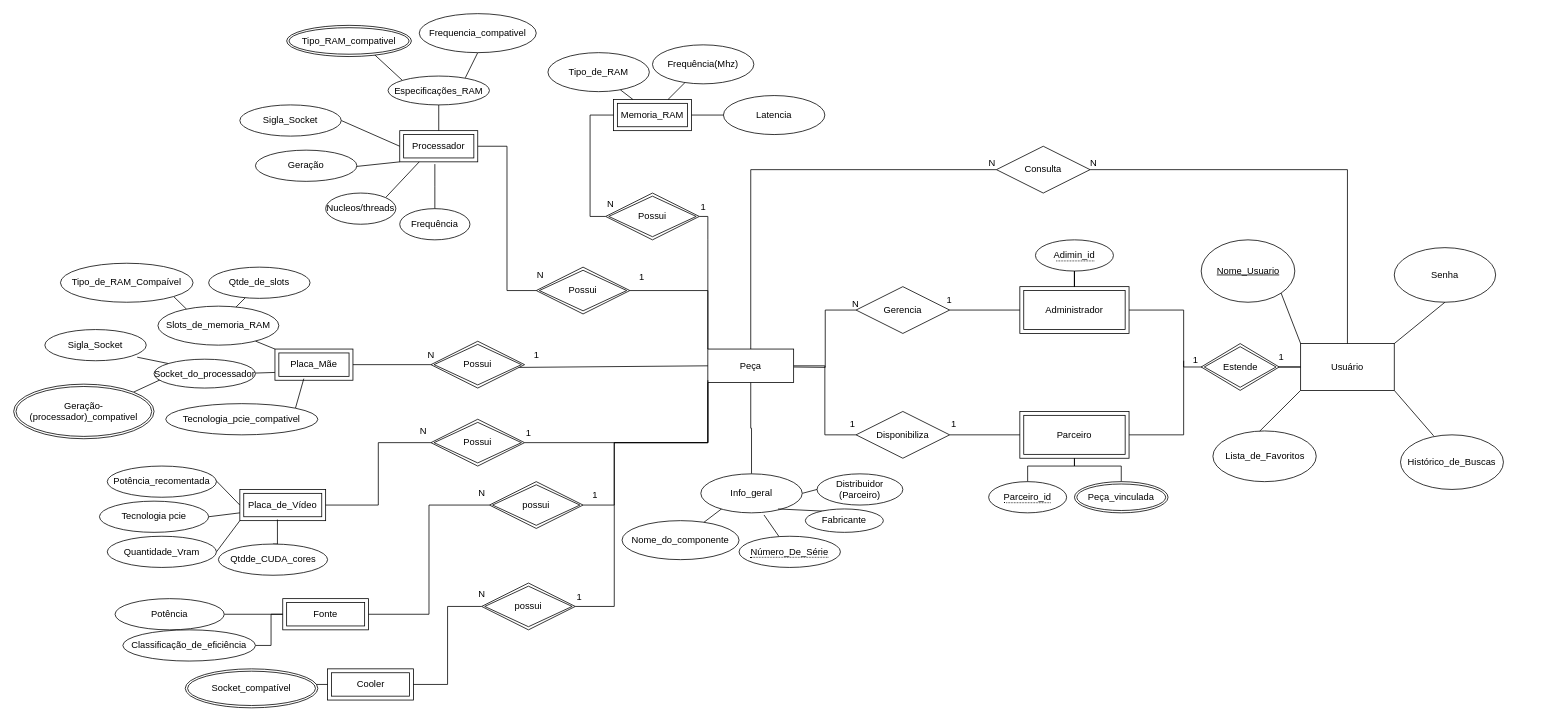
Before: Diagramas/DiagramaMER.drawio in Mateus-Fernandes-Barbosa/EngenhariaDeSoftware, a draw.io diagram. Source tidied: cells renumbered, new cells numbered last; positions are measured from the earlier drawing's top-left corner, leaving out a move shared by most shapes. Both pictures are drawn from the tidied source at 78%, with x=0, y=0 at pixel (13, 13).
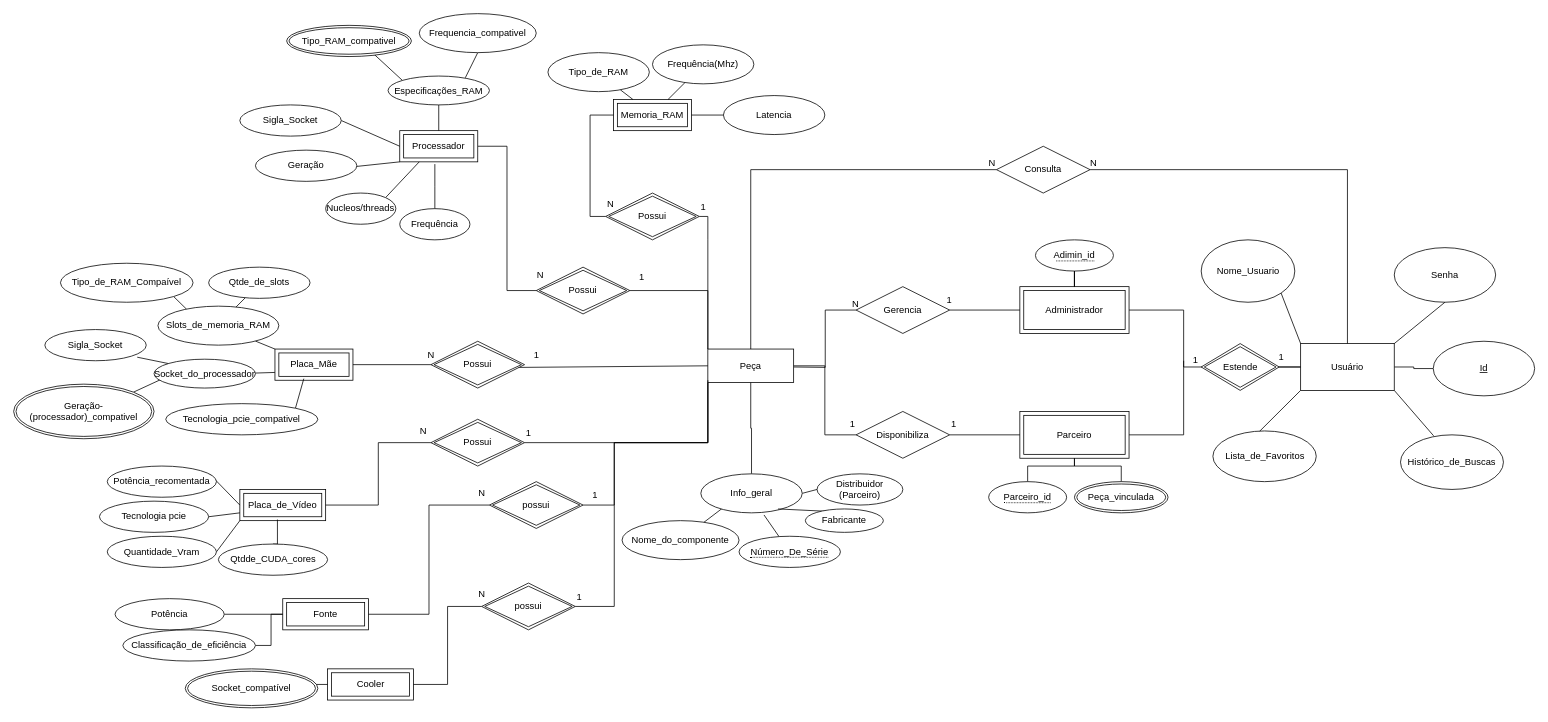
After the change.

The change refers to these unchanged cells:
```xml
<mxCell id="2" value="Usuário" style="rounded=0;whiteSpace=wrap;html=1;" parent="1" vertex="1">
  <mxGeometry x="1650" y="423" width="120" height="60" as="geometry" />
</mxCell>
```

Diff of the diagram source:
```diff
@@
+    <mxCell id="135" style="edgeStyle=orthogonalEdgeStyle;rounded=0;jettySize=auto;html=1;exitX=1;exitY=0.5;exitDx=0;exitDy=0;entryX=0;entryY=0.5;entryDx=0;entryDy=0;endArrow=none;endFill=0;" parent="1" edge="1" source="2" target="136">
+      <mxGeometry relative="1" as="geometry" />
+    </mxCell>
@@
-    <mxCell id="3" value="Nome_Usuario" style="ellipse;whiteSpace=wrap;html=1;fontStyle=4;" parent="1" vertex="1">
+    <mxCell id="3" value="Nome_Usuario" style="ellipse;whiteSpace=wrap;html=1;fontStyle=0;" parent="1" vertex="1">
       <mxGeometry x="1522.5" y="290" width="120" height="80" as="geometry" />
     </mxCell>
@@
+    <mxCell id="136" value="Id" style="ellipse;whiteSpace=wrap;html=1;fontStyle=4;" parent="1" vertex="1">
+      <mxGeometry x="1820" y="420" width="130" height="70" as="geometry" />
+    </mxCell>
```
